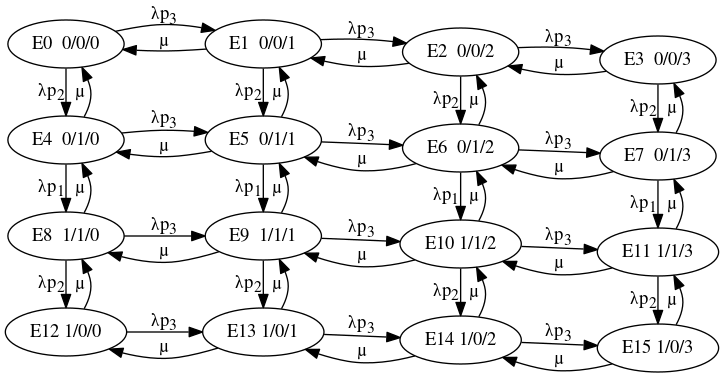
Above: model/hw1/img/g2.png in chebykinn/university (Graphviz), before the change. Its source is kept beside it as model/hw1/src/g2.gv. Its diagram source:
```dot
digraph finite_state_machine {
	rankdir=LR;

	node [label="E12 1/0/0"] E12;
	node [label="E13 1/0/1"] E13;
	node [label="E14 1/0/2"] E14;
	node [label="E15 1/0/3"] E15;

	node [label="E8  1/1/0"] E8;
	node [label="E9  1/1/1"] E9;
	node [label="E10 1/1/2"] E10;
	node [label="E11 1/1/3"] E11;

	node [label="E4  0/1/0"] E4;
	node [label="E5  0/1/1"] E5;
	node [label="E6  0/1/2"] E6;
	node [label="E7  0/1/3"] E7;

	node [label="E0  0/0/0"] E0;
	node [label="E1  0/0/1"] E1;
	node [label="E2  0/0/2"] E2;
	node [label="E3  0/0/3"] E3;

	E12 -> E13 -> E14 -> E15 [label=<&lambda;p<sub>3</sub>>];
	E15 -> E14 -> E13 -> E12 [label=<&mu;>];
	E8  -> E9  -> E10 -> E11 [label=<&lambda;p<sub>3</sub>>];
	E11 -> E10 -> E9  -> E8  [label=<&mu;>];
	E4  -> E5  -> E6  -> E7  [label=<&lambda;p<sub>3</sub>>];
	E7  -> E6  -> E5  -> E4  [label=<&mu;>];
	E0  -> E1  -> E2  -> E3  [label=<&lambda;p<sub>3</sub>>];
	E3  -> E2  -> E1  -> E0  [label=<&mu;>];

	{ rank=same E0  -> E4  [label=<&lambda;p<sub>2</sub>>]; }
	{ rank=same E4  -> E8  [label=<&lambda;p<sub>1</sub>>]; }
	{ rank=same E8  -> E12 [label=<&lambda;p<sub>2</sub>>]; }
	{ rank=same E1  -> E5  [label=<&lambda;p<sub>2</sub>>]; }
	{ rank=same E5  -> E9  [label=<&lambda;p<sub>1</sub>>]; }
	{ rank=same E9  -> E13 [label=<&lambda;p<sub>2</sub>>]; }
	{ rank=same E2  -> E6  [label=<&lambda;p<sub>2</sub>>]; }
	{ rank=same E6  -> E10 [label=<&lambda;p<sub>1</sub>>]; }
	{ rank=same E10 -> E14 [label=<&lambda;p<sub>2</sub>>]; }
	{ rank=same E3  -> E7  [label=<&lambda;p<sub>2</sub>>]; }
	{ rank=same E7  -> E11 [label=<&lambda;p<sub>1</sub>>]; }
	{ rank=same E11 -> E15 [label=<&lambda;p<sub>2</sub>>]; }

	{ rank=same E4  -> E0  [label=<&mu;>]; }
	{ rank=same E8  -> E4  [label=<&mu;>]; }
	{ rank=same E12 -> E8  [label=<&mu;>]; }
	{ rank=same E5  -> E1  [label=<&mu;>]; }
	{ rank=same E9  -> E5  [label=<&mu;>]; }
	{ rank=same E13 -> E9  [label=<&mu;>]; }
	{ rank=same E6  -> E2  [label=<&mu;>]; }
	{ rank=same E10 -> E6  [label=<&mu;>]; }
	{ rank=same E14 -> E10 [label=<&mu;>]; }
	{ rank=same E7  -> E3  [label=<&mu;>]; }
	{ rank=same E11 -> E7  [label=<&mu;>]; }
	{ rank=same E15 -> E11 [label=<&mu;>]; }
}
```
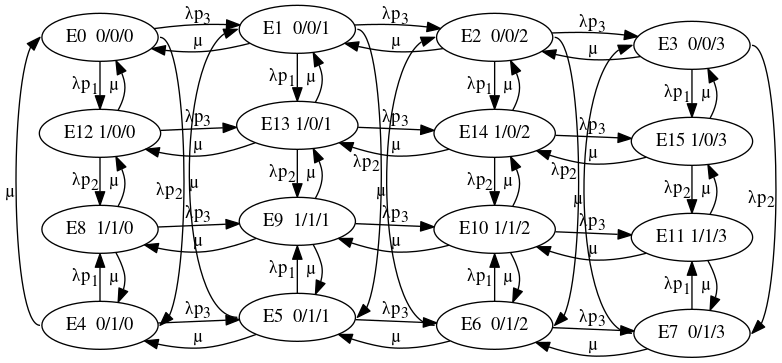
After the change.

The edit, as a diff of the source:
```diff
@@ -21,38 +21,61 @@
 	node [label="E2  0/0/2"] E2;
 	node [label="E3  0/0/3"] E3;
 
+
+
+	E8  -> E9  -> E10 -> E11 [label=<&lambda;p<sub>3</sub>>];
+	E11 -> E10 -> E9  -> E8  [label=<&mu;>];
+
 	E12 -> E13 -> E14 -> E15 [label=<&lambda;p<sub>3</sub>>];
 	E15 -> E14 -> E13 -> E12 [label=<&mu;>];
-	E8  -> E9  -> E10 -> E11 [label=<&lambda;p<sub>3</sub>>];
-	E11 -> E10 -> E9  -> E8  [label=<&mu;>];
+
 	E4  -> E5  -> E6  -> E7  [label=<&lambda;p<sub>3</sub>>];
 	E7  -> E6  -> E5  -> E4  [label=<&mu;>];
+
 	E0  -> E1  -> E2  -> E3  [label=<&lambda;p<sub>3</sub>>];
 	E3  -> E2  -> E1  -> E0  [label=<&mu;>];
 
-	{ rank=same E0  -> E4  [label=<&lambda;p<sub>2</sub>>]; }
-	{ rank=same E4  -> E8  [label=<&lambda;p<sub>1</sub>>]; }
-	{ rank=same E8  -> E12 [label=<&lambda;p<sub>2</sub>>]; }
-	{ rank=same E1  -> E5  [label=<&lambda;p<sub>2</sub>>]; }
-	{ rank=same E5  -> E9  [label=<&lambda;p<sub>1</sub>>]; }
-	{ rank=same E9  -> E13 [label=<&lambda;p<sub>2</sub>>]; }
-	{ rank=same E2  -> E6  [label=<&lambda;p<sub>2</sub>>]; }
-	{ rank=same E6  -> E10 [label=<&lambda;p<sub>1</sub>>]; }
-	{ rank=same E10 -> E14 [label=<&lambda;p<sub>2</sub>>]; }
-	{ rank=same E3  -> E7  [label=<&lambda;p<sub>2</sub>>]; }
-	{ rank=same E7  -> E11 [label=<&lambda;p<sub>1</sub>>]; }
-	{ rank=same E11 -> E15 [label=<&lambda;p<sub>2</sub>>]; }
+	{rank=same E0:e -> E4:e[dir=forward, xlabel=<&lambda;p<sub>2</sub>>]; }
+	{rank=same E0 -> E12[label=<&lambda;p<sub>1</sub>>]; }
+	{rank=same E4:w -> E0:w [dir=backward, xlabel=<&mu;>]; }
 
-	{ rank=same E4  -> E0  [label=<&mu;>]; }
-	{ rank=same E8  -> E4  [label=<&mu;>]; }
-	{ rank=same E12 -> E8  [label=<&mu;>]; }
-	{ rank=same E5  -> E1  [label=<&mu;>]; }
-	{ rank=same E9  -> E5  [label=<&mu;>]; }
-	{ rank=same E13 -> E9  [label=<&mu;>]; }
-	{ rank=same E6  -> E2  [label=<&mu;>]; }
-	{ rank=same E10 -> E6  [label=<&mu;>]; }
-	{ rank=same E14 -> E10 [label=<&mu;>]; }
-	{ rank=same E7  -> E3  [label=<&mu;>]; }
-	{ rank=same E11 -> E7  [label=<&mu;>]; }
-	{ rank=same E15 -> E11 [label=<&mu;>]; }
+	{rank=same E1:e -> E5:e[dir=forward, xlabel=<&lambda;p<sub>2</sub>>]; }
+	{rank=same E1 -> E13[label=<&lambda;p<sub>1</sub>>]; }
+	{rank=same E5:w -> E1:w[dir=backward, xlabel=<&mu;>]; }
+
+	{rank=same E2:e -> E6:e[dir=forward, xlabel=<&lambda;p<sub>2</sub>>]; }
+	{rank=same E2 -> E14[label=<&lambda;p<sub>1</sub>>]; }
+	{rank=same E6:w -> E2:w[dir=backward, xlabel=<&mu;>]; }
+
+	{rank=same E3:e -> E7:e[dir=forward, xlabel=<&lambda;p<sub>2</sub>>]; }
+	{rank=same E3 -> E15[label=<&lambda;p<sub>1</sub>>]; }
+	{rank=same E7:w -> E3:w[dir=backward, xlabel=<&mu;>]; }
+
+	{rank=same E4 -> E8[label=<&lambda;p<sub>1</sub>>]; }
+	{rank=same E8 -> E4[label=<&mu;>]; }
+
+	{rank=same E5 -> E9[label=<&lambda;p<sub>1</sub>>]; }
+	{rank=same E9 -> E5[label=<&mu;>]; }
+
+	{rank=same E6 -> E10[label=<&lambda;p<sub>1</sub>>]; }
+	{rank=same E10 -> E6[label=<&mu;>]; }
+
+	{rank=same E7 -> E11[label=<&lambda;p<sub>1</sub>>]; }
+	{rank=same E11 -> E7[label=<&mu;>]; }
+
+	{rank=same E12 -> E8[label=<&lambda;p<sub>2</sub>>]; }
+	{rank=same E12 -> E0[label=<&mu;>]; }
+	{rank=same E8 -> E12[label=<&mu;>]; }
+
+	{rank=same E13 -> E9[label=<&lambda;p<sub>2</sub>>]; }
+	{rank=same E13 -> E1[label=<&mu;>]; }
+	{rank=same E9 -> E13[label=<&mu;>]; }
+
+	{rank=same E14 -> E10[label=<&lambda;p<sub>2</sub>>]; }
+	{rank=same E14 -> E2[label=<&mu;>]; }
+	{rank=same E10 -> E14[label=<&mu;>]; }
+
+	{rank=same E15 -> E11[label=<&lambda;p<sub>2</sub>>]; }
+	{rank=same E15 -> E3[label=<&mu;>]; }
+	{rank=same E11 -> E15[label=<&mu;>]; }
 }
```
